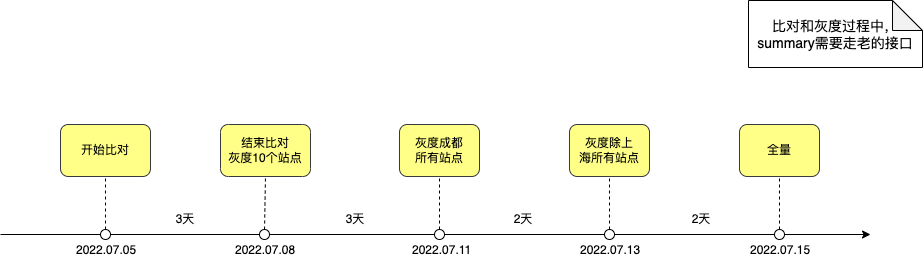
This is 特色专区重构灰度上线计划.png from Ant-dong/images, a draw.io export, as it was before one commit. Source tidied: cells renumbered, new cells last; positions are measured from the earlier drawing's top-left corner, leaving out a move shared by most shapes.
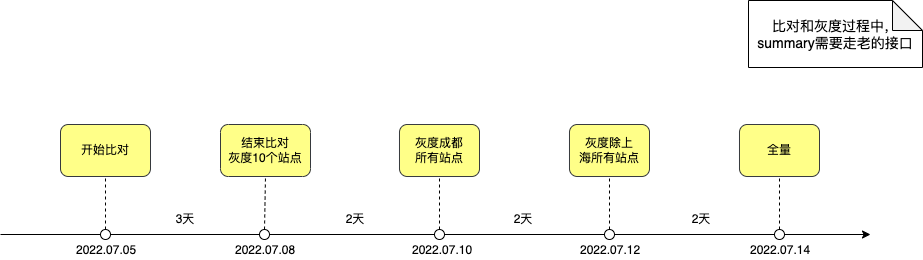
Above is the later version.

Commit message:
Update 特色专区重构灰度上线计划.png

Diff of the diagram source:
```diff
@@ -47,13 +47,13 @@
     <mxCell id="14" value="灰度成都&lt;br&gt;所有站点" style="rounded=1;whiteSpace=wrap;html=1;fillColor=#ffff88;strokeColor=#36393d;" parent="1" vertex="1">
       <mxGeometry x="399" y="124" width="80" height="52" as="geometry" />
     </mxCell>
-    <mxCell id="15" value="2022.07.11" style="text;strokeColor=none;fillColor=none;align=left;verticalAlign=middle;spacingLeft=4;spacingRight=4;overflow=hidden;" parent="1" vertex="1">
+    <mxCell id="15" value="2022.07.10" style="text;strokeColor=none;fillColor=none;align=left;verticalAlign=middle;spacingLeft=4;spacingRight=4;overflow=hidden;" parent="1" vertex="1">
       <mxGeometry x="406" y="239" width="80" height="20" as="geometry" />
     </mxCell>
     <mxCell id="16" style="endArrow=none;html=1;rounded=0;entryX=0.5;entryY=1;entryDx=0;entryDy=0;exitX=0.5;exitY=0;exitDx=0;exitDy=0;dashed=1;" parent="1" edge="1" source="13" target="14">
       <mxGeometry relative="1" as="geometry" />
     </mxCell>
-    <mxCell id="17" value="3天" style="text;html=1;strokeColor=none;fillColor=none;align=center;verticalAlign=middle;whiteSpace=wrap;rounded=0;" parent="1" vertex="1">
+    <mxCell id="17" value="2天" style="text;html=1;strokeColor=none;fillColor=none;align=center;verticalAlign=middle;whiteSpace=wrap;rounded=0;" parent="1" vertex="1">
       <mxGeometry x="340" y="209" width="30" height="20" as="geometry" />
     </mxCell>
     <mxCell id="18" style="ellipse;whiteSpace=wrap;html=1;" parent="1" vertex="1">
@@ -62,7 +62,7 @@
     <mxCell id="19" value="灰度除上&lt;br&gt;海所有站点" style="rounded=1;whiteSpace=wrap;html=1;fillColor=#ffff88;strokeColor=#36393d;" parent="1" vertex="1">
       <mxGeometry x="569" y="124" width="80" height="52" as="geometry" />
     </mxCell>
-    <mxCell id="20" value="2022.07.13" style="text;strokeColor=none;fillColor=none;align=left;verticalAlign=middle;spacingLeft=4;spacingRight=4;overflow=hidden;" parent="1" vertex="1">
+    <mxCell id="20" value="2022.07.12" style="text;strokeColor=none;fillColor=none;align=left;verticalAlign=middle;spacingLeft=4;spacingRight=4;overflow=hidden;" parent="1" vertex="1">
       <mxGeometry x="574" y="239" width="80" height="20" as="geometry" />
     </mxCell>
     <mxCell id="21" style="endArrow=none;html=1;rounded=0;entryX=0.5;entryY=1;entryDx=0;entryDy=0;exitX=0.5;exitY=0;exitDx=0;exitDy=0;dashed=1;" parent="1" edge="1" source="18" target="19">
@@ -80,7 +80,7 @@
     <mxCell id="25" value="全量" style="rounded=1;whiteSpace=wrap;html=1;fillColor=#ffff88;strokeColor=#36393d;" parent="1" vertex="1">
       <mxGeometry x="739" y="124" width="80" height="52" as="geometry" />
     </mxCell>
-    <mxCell id="26" value="2022.07.15" style="text;strokeColor=none;fillColor=none;align=left;verticalAlign=middle;spacingLeft=4;spacingRight=4;overflow=hidden;" parent="1" vertex="1">
+    <mxCell id="26" value="2022.07.14" style="text;strokeColor=none;fillColor=none;align=left;verticalAlign=middle;spacingLeft=4;spacingRight=4;overflow=hidden;" parent="1" vertex="1">
       <mxGeometry x="744" y="239" width="80" height="20" as="geometry" />
     </mxCell>
     <mxCell id="27" style="endArrow=none;html=1;rounded=0;entryX=0.5;entryY=1;entryDx=0;entryDy=0;exitX=0.5;exitY=0;exitDx=0;exitDy=0;dashed=1;" parent="1" edge="1" source="24" target="25">
```
